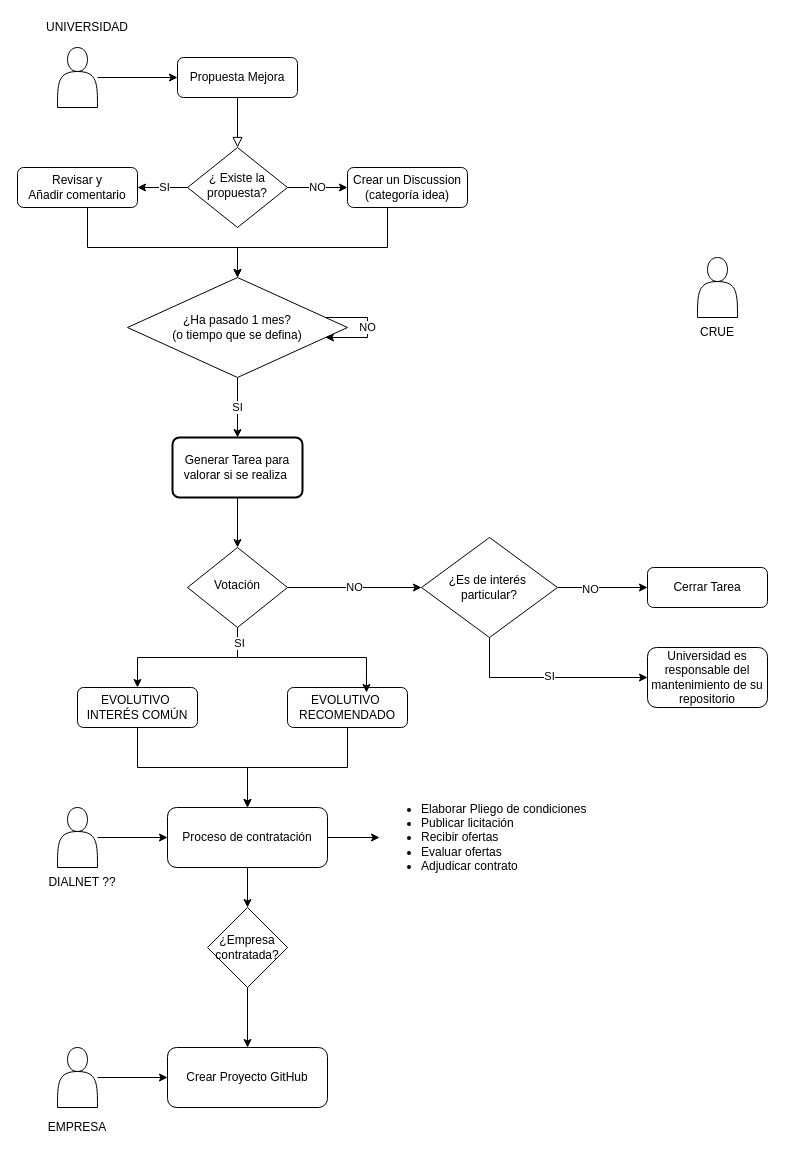
Before: docs/usuario/SugerenciaMejora.drawio in dialrepo/Hercules_SGI, a draw.io diagram. Source tidied: cells renumbered, new cells numbered last; positions are measured from the earlier drawing's top-left corner, leaving out a move shared by most shapes. Both pictures are drawn from the tidied source at 100%, with x=0, y=0 at pixel (17, 17).
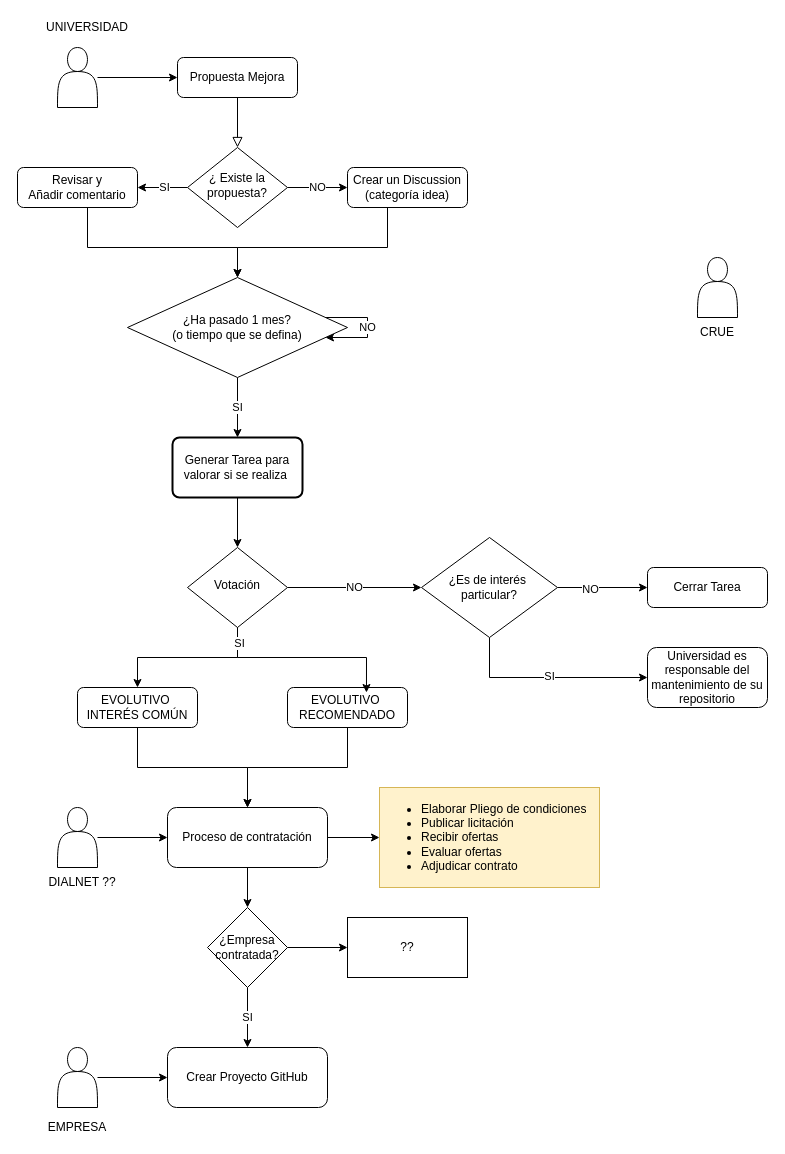
The same diagram, later.

Unchanged cells that the change refers to:
```xml
<mxCell id="39" value="Crear Proyecto GitHub" style="rounded=1;whiteSpace=wrap;html=1;" parent="1" vertex="1">
  <mxGeometry x="150" y="1030" width="160" height="60" as="geometry" />
</mxCell>
<mxCell id="45" value="¿Empresa contratada?" style="rhombus;whiteSpace=wrap;html=1;" parent="1" vertex="1">
  <mxGeometry x="190" y="890" width="80" height="80" as="geometry" />
</mxCell>
```

The edit, as a diff of the source:
```diff
@@
-    <mxCell id="43" value="&lt;ul&gt;&lt;li&gt;Elaborar Pliego de condiciones&lt;/li&gt;&lt;li&gt;Publicar licitación&lt;/li&gt;&lt;li&gt;Recibir ofertas&lt;/li&gt;&lt;li&gt;Evaluar ofertas&lt;/li&gt;&lt;li&gt;Adjudicar contrato&lt;/li&gt;&lt;/ul&gt;" style="text;strokeColor=none;fillColor=none;html=1;whiteSpace=wrap;verticalAlign=middle;overflow=hidden;" parent="1" vertex="1">
+    <mxCell id="43" value="&lt;ul&gt;&lt;li&gt;Elaborar Pliego de condiciones&lt;/li&gt;&lt;li&gt;Publicar licitación&lt;/li&gt;&lt;li&gt;Recibir ofertas&lt;/li&gt;&lt;li&gt;Evaluar ofertas&lt;/li&gt;&lt;li&gt;Adjudicar contrato&lt;/li&gt;&lt;/ul&gt;" style="text;strokeColor=#d6b656;fillColor=#fff2cc;html=1;whiteSpace=wrap;verticalAlign=middle;overflow=hidden;" parent="1" vertex="1">
       <mxGeometry x="362" y="770" width="220" height="100" as="geometry" />
     </mxCell>
-    <mxCell id="44" style="edgeStyle=orthogonalEdgeStyle;rounded=0;jettySize=auto;html=1;" parent="1" edge="1" source="45" target="39">
+    <mxCell id="44" value="SI" style="edgeStyle=orthogonalEdgeStyle;rounded=0;jettySize=auto;html=1;" parent="1" edge="1" source="45" target="39">
       <mxGeometry relative="1" as="geometry" />
     </mxCell>
+    <mxCell id="51" style="edgeStyle=orthogonalEdgeStyle;rounded=0;jettySize=auto;html=1;" parent="1" edge="1" source="45" target="52">
+      <mxGeometry relative="1" as="geometry" />
+    </mxCell>
@@
+    <mxCell id="52" value="??" style="whiteSpace=wrap;html=1;" parent="1" vertex="1">
+      <mxGeometry x="330" y="900" width="120" height="60" as="geometry" />
+    </mxCell>
```
